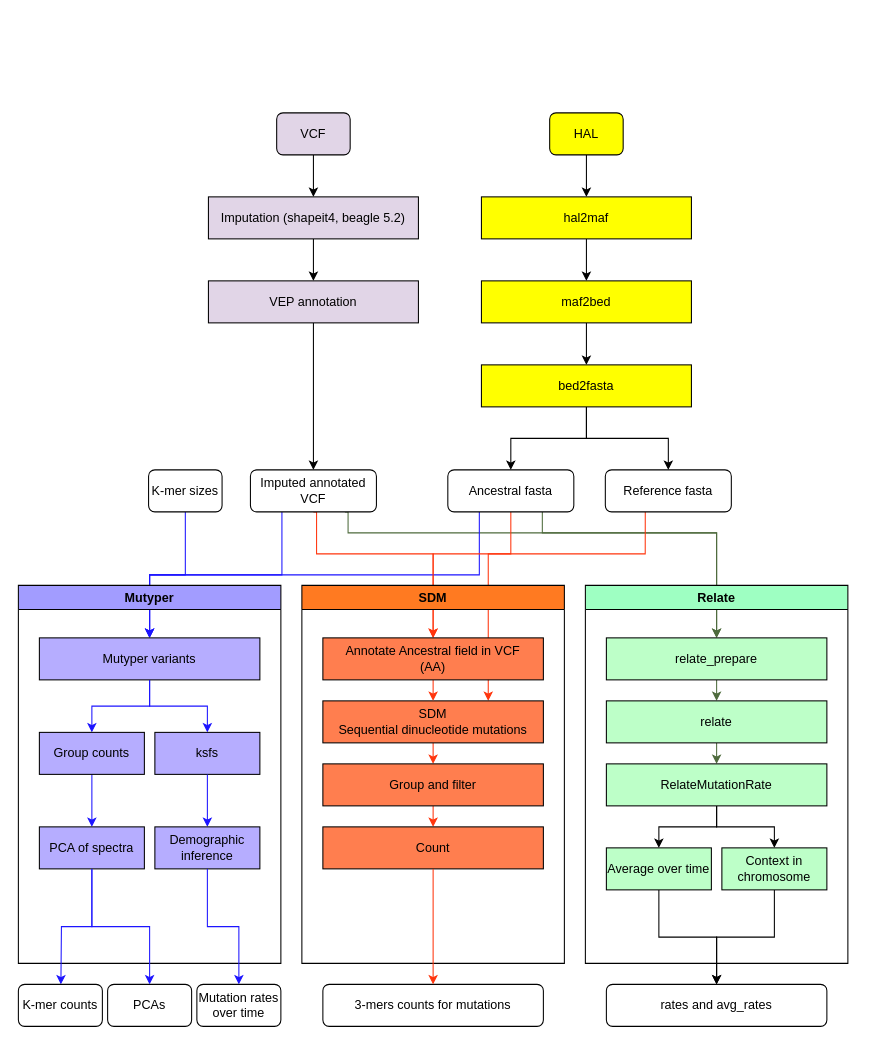
The draw.io diagram imgs/Diagram.drawio in evotools/nSPECTRa, before the edit. Source tidied: cells renumbered, new cells numbered last; positions are measured from the earlier drawing's top-left corner, leaving out a move shared by most shapes. Both pictures are drawn from the tidied source at 105%, with x=0, y=0 at pixel (18, 112).
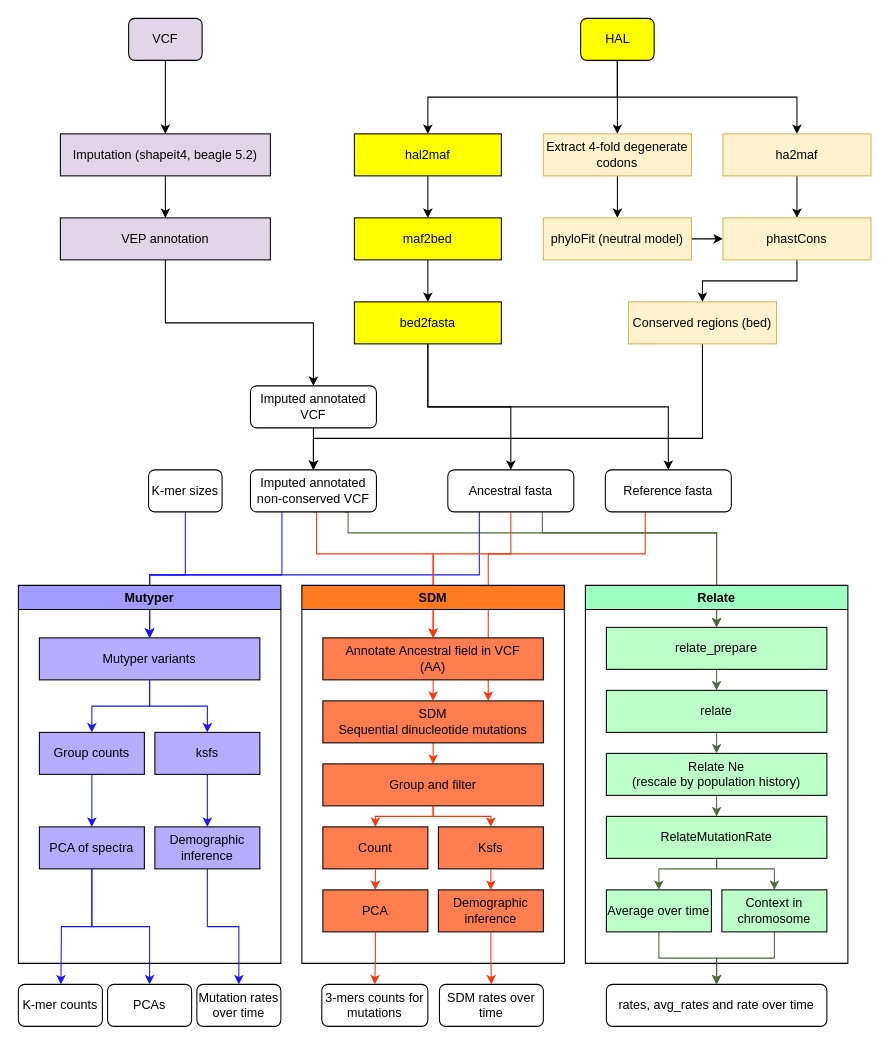
After the change.

Commit message:
Add diagram of the workflow

Unchanged cells that the change refers to:
```xml
<mxCell id="11" value="Ancestral fasta" style="rounded=1;whiteSpace=wrap;html=1;fontSize=12;glass=0;strokeWidth=1;shadow=0;" parent="1" vertex="1">
  <mxGeometry x="409" y="340" width="120" height="40" as="geometry" />
</mxCell>
<mxCell id="16" value="Reference fasta" style="rounded=1;whiteSpace=wrap;html=1;fontSize=12;glass=0;strokeWidth=1;shadow=0;" parent="1" vertex="1">
  <mxGeometry x="559" y="340" width="120" height="40" as="geometry" />
</mxCell>
<mxCell id="17" value="SDM" style="swimlane;fillColor=#FF7A21;" parent="1" vertex="1">
  <mxGeometry x="270" y="450" width="250" height="360" as="geometry" />
</mxCell>
<mxCell id="23" value="Group and filter" style="rounded=0;whiteSpace=wrap;html=1;fillColor=#FF7E4F;" parent="17" vertex="1">
  <mxGeometry x="20" y="170" width="210" height="40" as="geometry" />
</mxCell>
<mxCell id="25" value="Relate" style="swimlane;fillColor=#9EFFC2;" parent="1" vertex="1">
  <mxGeometry x="540" y="450" width="250" height="360" as="geometry" />
</mxCell>
```

The edit, as a diff of the source:
```diff
@@
     <mxCell id="3" value="VCF" style="rounded=1;whiteSpace=wrap;html=1;fontSize=12;glass=0;strokeWidth=1;shadow=0;fillColor=#E1D5E7;" parent="1" vertex="1">
-      <mxGeometry x="246" width="70" height="40" as="geometry" />
+      <mxGeometry x="105" y="-90" width="70" height="40" as="geometry" />
     </mxCell>
@@
-    <mxCell id="7" value="Imputed annotated VCF" style="rounded=1;whiteSpace=wrap;html=1;fontSize=12;glass=0;strokeWidth=1;shadow=0;fillColor=#FFFFFF;" parent="1" vertex="1">
+    <mxCell id="7" value="Imputed annotated non-conserved VCF" style="rounded=1;whiteSpace=wrap;html=1;fontSize=12;glass=0;strokeWidth=1;shadow=0;fillColor=#FFFFFF;" parent="1" vertex="1">
       <mxGeometry x="221" y="340" width="120" height="40" as="geometry" />
     </mxCell>
@@
+    <mxCell id="69" style="edgeStyle=orthogonalEdgeStyle;rounded=0;jettySize=auto;html=1;exitX=0.5;exitY=1;exitDx=0;exitDy=0;entryX=0.5;entryY=0;entryDx=0;entryDy=0;" parent="1" edge="1" source="13" target="85">
+      <mxGeometry relative="1" as="geometry" />
+    </mxCell>
+    <mxCell id="70" style="edgeStyle=orthogonalEdgeStyle;rounded=0;jettySize=auto;html=1;exitX=0.5;exitY=1;exitDx=0;exitDy=0;" parent="1" edge="1" source="13" target="91">
+      <mxGeometry relative="1" as="geometry" />
+    </mxCell>
     <mxCell id="13" value="HAL" style="rounded=1;whiteSpace=wrap;html=1;fontSize=12;glass=0;strokeWidth=1;shadow=0;fillColor=#FFFF00;" parent="1" vertex="1">
-      <mxGeometry x="506" width="70" height="40" as="geometry" />
+      <mxGeometry x="535.5" y="-90" width="70" height="40" as="geometry" />
     </mxCell>
     <mxCell id="14" style="rounded=0;html=1;jettySize=auto;orthogonalLoop=1;fontSize=11;endArrow=block;endFill=0;endSize=8;strokeWidth=1;shadow=0;labelBackgroundColor=none;edgeStyle=orthogonalEdgeStyle;fillColor=#FFFF00;" parent="1" edge="1">
       <mxGeometry y="20" relative="1" as="geometry">
-        <mxPoint x="544" y="240" as="sourcePoint" />
-        <mxPoint x="544" y="240" as="targetPoint" />
+        <mxPoint x="393" y="180" as="sourcePoint" />
+        <mxPoint x="393" y="180" as="targetPoint" />
       </mxGeometry>
     </mxCell>
@@
     <mxCell id="22" style="edgeStyle=orthogonalEdgeStyle;rounded=0;jettySize=auto;html=1;exitX=0.5;exitY=1;exitDx=0;exitDy=0;entryX=0.5;entryY=0;entryDx=0;entryDy=0;shadow=0;strokeColor=#000000;fillColor=#FF350D;strokeColor=#FF350D;" parent="17" edge="1" source="23" target="24">
-      <mxGeometry relative="1" as="geometry" />
+      <mxGeometry relative="1" as="geometry">
+        <Array as="points">
+          <mxPoint x="125" y="220" />
+          <mxPoint x="70" y="220" />
+        </Array>
+      </mxGeometry>
     </mxCell>
@@
     <mxCell id="24" value="Count" style="rounded=0;whiteSpace=wrap;html=1;fillColor=#FF7E4F;" parent="17" vertex="1">
-      <mxGeometry x="20" y="230" width="210" height="40" as="geometry" />
+      <mxGeometry x="20" y="230" width="100" height="40" as="geometry" />
     </mxCell>
+    <mxCell id="71" value="Ksfs" style="rounded=0;whiteSpace=wrap;html=1;fillColor=#FF7E4F;" parent="17" vertex="1">
+      <mxGeometry x="130" y="230" width="100" height="40" as="geometry" />
+    </mxCell>
+    <mxCell id="72" style="edgeStyle=orthogonalEdgeStyle;rounded=0;jettySize=auto;html=1;exitX=0.5;exitY=1;exitDx=0;exitDy=0;entryX=0.5;entryY=0;entryDx=0;entryDy=0;shadow=0;strokeColor=#000000;fillColor=#FF350D;strokeColor=#FF350D;" parent="17" edge="1" source="23" target="71">
+      <mxGeometry relative="1" as="geometry">
+        <Array as="points">
+          <mxPoint x="125" y="220" />
+          <mxPoint x="180" y="220" />
+        </Array>
+      </mxGeometry>
+    </mxCell>
+    <mxCell id="73" value="Demographic inference" style="rounded=0;whiteSpace=wrap;html=1;fillColor=#FF7E4F;" parent="17" vertex="1">
+      <mxGeometry x="130" y="290" width="100" height="40" as="geometry" />
+    </mxCell>
+    <mxCell id="74" style="edgeStyle=orthogonalEdgeStyle;rounded=0;jettySize=auto;html=1;exitX=0.5;exitY=1;exitDx=0;exitDy=0;entryX=0.5;entryY=0;entryDx=0;entryDy=0;shadow=0;strokeColor=#000000;fillColor=#FF350D;strokeColor=#FF350D;" parent="17" edge="1" source="71" target="73">
+      <mxGeometry relative="1" as="geometry">
+        <Array as="points">
+          <mxPoint x="180" y="270" />
+          <mxPoint x="180" y="270" />
+        </Array>
+      </mxGeometry>
+    </mxCell>
+    <mxCell id="75" value="PCA" style="rounded=0;whiteSpace=wrap;html=1;fillColor=#FF7E4F;" parent="17" vertex="1">
+      <mxGeometry x="20" y="290" width="100" height="40" as="geometry" />
+    </mxCell>
+    <mxCell id="76" style="edgeStyle=orthogonalEdgeStyle;rounded=0;jettySize=auto;html=1;exitX=0.5;exitY=1;exitDx=0;exitDy=0;entryX=0.5;entryY=0;entryDx=0;entryDy=0;shadow=0;strokeColor=#000000;fillColor=#FF350D;strokeColor=#FF350D;" parent="17" edge="1" target="75">
+      <mxGeometry relative="1" as="geometry">
+        <mxPoint x="70" y="270" as="sourcePoint" />
+        <Array as="points">
+          <mxPoint x="70" y="270" />
+          <mxPoint x="70" y="270" />
+        </Array>
+      </mxGeometry>
+    </mxCell>
@@
     <mxCell id="27" value="relate_prepare" style="rounded=0;whiteSpace=wrap;html=1;fillColor=#BDFFC8;" parent="25" vertex="1">
-      <mxGeometry x="20" y="50" width="210" height="40" as="geometry" />
+      <mxGeometry x="20" y="40" width="210" height="40" as="geometry" />
     </mxCell>
-    <mxCell id="28" style="edgeStyle=orthogonalEdgeStyle;rounded=0;jettySize=auto;html=1;exitX=0.5;exitY=1;exitDx=0;exitDy=0;entryX=0.5;entryY=0;entryDx=0;entryDy=0;shadow=0;fillColor=#33FF33;strokeColor=#4E6B3D;" parent="25" edge="1" source="29" target="32">
-      <mxGeometry relative="1" as="geometry" />
+    <mxCell id="28" style="edgeStyle=orthogonalEdgeStyle;rounded=0;jettySize=auto;html=1;entryX=0.5;entryY=0;entryDx=0;entryDy=0;shadow=0;fillColor=#33FF33;strokeColor=#4E6B3D;" parent="25" edge="1" target="32">
+      <mxGeometry relative="1" as="geometry">
+        <mxPoint x="125" y="190" as="sourcePoint" />
+      </mxGeometry>
     </mxCell>
     <mxCell id="29" value="relate" style="rounded=0;whiteSpace=wrap;html=1;fillColor=#BDFFC8;" parent="25" vertex="1">
-      <mxGeometry x="20" y="110" width="210" height="40" as="geometry" />
+      <mxGeometry x="20" y="100" width="210" height="40" as="geometry" />
     </mxCell>
-    <mxCell id="30" style="edgeStyle=orthogonalEdgeStyle;rounded=0;jettySize=auto;html=1;exitX=0.5;exitY=1;exitDx=0;exitDy=0;entryX=0.5;entryY=0;entryDx=0;entryDy=0;" parent="25" edge="1" source="32" target="35">
+    <mxCell id="30" style="edgeStyle=orthogonalEdgeStyle;rounded=0;jettySize=auto;html=1;exitX=0.5;exitY=1;exitDx=0;exitDy=0;entryX=0.5;entryY=0;entryDx=0;entryDy=0;fillColor=#33FF33;strokeColor=#4E6B3D;" parent="25" edge="1" source="32" target="35">
       <mxGeometry relative="1" as="geometry">
         <Array as="points">
-          <mxPoint x="125" y="230" />
-          <mxPoint x="70" y="230" />
+          <mxPoint x="125" y="270" />
+          <mxPoint x="70" y="270" />
         </Array>
       </mxGeometry>
     </mxCell>
-    <mxCell id="31" style="edgeStyle=orthogonalEdgeStyle;rounded=0;jettySize=auto;html=1;exitX=0.5;exitY=1;exitDx=0;exitDy=0;entryX=0.5;entryY=0;entryDx=0;entryDy=0;" parent="25" edge="1" source="32" target="37">
-      <mxGeometry relative="1" as="geometry" />
+    <mxCell id="31" style="edgeStyle=orthogonalEdgeStyle;rounded=0;jettySize=auto;html=1;exitX=0.5;exitY=1;exitDx=0;exitDy=0;entryX=0.5;entryY=0;entryDx=0;entryDy=0;fillColor=#33FF33;strokeColor=#4E6B3D;" parent="25" edge="1" source="32" target="37">
+      <mxGeometry relative="1" as="geometry">
+        <Array as="points">
+          <mxPoint x="125" y="270" />
+          <mxPoint x="180" y="270" />
+        </Array>
+      </mxGeometry>
     </mxCell>
     <mxCell id="32" value="RelateMutationRate&lt;br&gt;" style="rounded=0;whiteSpace=wrap;html=1;fillColor=#BDFFC8;" parent="25" vertex="1">
-      <mxGeometry x="20" y="170" width="210" height="40" as="geometry" />
+      <mxGeometry x="20" y="220" width="210" height="40" as="geometry" />
     </mxCell>
-    <mxCell id="33" value="rates and avg_rates" style="rounded=1;whiteSpace=wrap;html=1;fontSize=12;glass=0;strokeWidth=1;shadow=0;" parent="25" vertex="1">
+    <mxCell id="33" value="rates, avg_rates and rate over time" style="rounded=1;whiteSpace=wrap;html=1;fontSize=12;glass=0;strokeWidth=1;shadow=0;" parent="25" vertex="1">
       <mxGeometry x="20" y="380" width="210" height="40" as="geometry" />
     </mxCell>
-    <mxCell id="34" style="edgeStyle=orthogonalEdgeStyle;rounded=0;jettySize=auto;html=1;exitX=0.5;exitY=1;exitDx=0;exitDy=0;entryX=0.5;entryY=0;entryDx=0;entryDy=0;" parent="25" edge="1" source="35" target="33">
+    <mxCell id="34" style="edgeStyle=orthogonalEdgeStyle;rounded=0;jettySize=auto;html=1;exitX=0.5;exitY=1;exitDx=0;exitDy=0;entryX=0.5;entryY=0;entryDx=0;entryDy=0;fillColor=#33FF33;strokeColor=#4E6B3D;" parent="25" edge="1" source="35" target="33">
       <mxGeometry relative="1" as="geometry" />
     </mxCell>
     <mxCell id="35" value="Average over time" style="rounded=0;whiteSpace=wrap;html=1;fillColor=#BDFFC8;" parent="25" vertex="1">
-      <mxGeometry x="20" y="250" width="100" height="40" as="geometry" />
+      <mxGeometry x="20" y="290" width="100" height="40" as="geometry" />
     </mxCell>
-    <mxCell id="36" style="edgeStyle=orthogonalEdgeStyle;rounded=0;jettySize=auto;html=1;exitX=0.5;exitY=1;exitDx=0;exitDy=0;entryX=0.5;entryY=0;entryDx=0;entryDy=0;" parent="25" edge="1" source="37" target="33">
+    <mxCell id="36" style="edgeStyle=orthogonalEdgeStyle;rounded=0;jettySize=auto;html=1;exitX=0.5;exitY=1;exitDx=0;exitDy=0;entryX=0.5;entryY=0;entryDx=0;entryDy=0;fillColor=#33FF33;strokeColor=#4E6B3D;" parent="25" edge="1" source="37" target="33">
       <mxGeometry relative="1" as="geometry" />
     </mxCell>
     <mxCell id="37" value="Context in chromosome" style="rounded=0;whiteSpace=wrap;html=1;fillColor=#BDFFC8;" parent="25" vertex="1">
-      <mxGeometry x="130" y="250" width="100" height="40" as="geometry" />
+      <mxGeometry x="130" y="290" width="100" height="40" as="geometry" />
     </mxCell>
+    <mxCell id="77" value="Relate Ne&lt;br&gt;(rescale by population history)" style="rounded=0;whiteSpace=wrap;html=1;fillColor=#BDFFC8;" parent="25" vertex="1">
+      <mxGeometry x="20" y="160" width="210" height="40" as="geometry" />
+    </mxCell>
@@
     <mxCell id="53" value="3-mers counts for mutations" style="rounded=1;whiteSpace=wrap;html=1;fontSize=12;glass=0;strokeWidth=1;shadow=0;" parent="1" vertex="1">
-      <mxGeometry x="290" y="830" width="210" height="40" as="geometry" />
+      <mxGeometry x="289" y="830" width="101" height="40" as="geometry" />
     </mxCell>
-    <mxCell id="54" style="edgeStyle=orthogonalEdgeStyle;rounded=0;jettySize=auto;html=1;exitX=0.5;exitY=1;exitDx=0;exitDy=0;entryX=0.5;entryY=0;entryDx=0;entryDy=0;shadow=0;strokeColor=#000000;fillColor=#FF350D;strokeColor=#FF350D;" parent="1" edge="1" source="24" target="53">
-      <mxGeometry relative="1" as="geometry" />
-    </mxCell>
@@
     <mxCell id="56" value="Imputation (shapeit4, beagle 5.2)" style="rounded=0;whiteSpace=wrap;html=1;fillColor=#E1D5E7;" parent="1" vertex="1">
-      <mxGeometry x="181" y="80" width="200" height="40" as="geometry" />
+      <mxGeometry x="40" y="20" width="200" height="40" as="geometry" />
     </mxCell>
-    <mxCell id="57" style="edgeStyle=orthogonalEdgeStyle;rounded=0;jettySize=auto;html=1;exitX=0.5;exitY=1;exitDx=0;exitDy=0;entryX=0.5;entryY=0;entryDx=0;entryDy=0;shadow=0;strokeColor=#000000;fillColor=#4E6B3D;" parent="1" edge="1" source="58" target="7">
-      <mxGeometry relative="1" as="geometry" />
-    </mxCell>
+    <mxCell id="78" style="edgeStyle=orthogonalEdgeStyle;rounded=0;jettySize=auto;html=1;exitX=0.5;exitY=1;exitDx=0;exitDy=0;" parent="1" edge="1" source="58" target="95">
+      <mxGeometry relative="1" as="geometry" />
+    </mxCell>
     <mxCell id="58" value="VEP annotation" style="rounded=0;whiteSpace=wrap;html=1;fillColor=#E1D5E7;" parent="1" vertex="1">
-      <mxGeometry x="181" y="160" width="200" height="40" as="geometry" />
+      <mxGeometry x="40" y="100" width="200" height="40" as="geometry" />
     </mxCell>
@@
     <mxCell id="60" value="hal2maf" style="rounded=0;whiteSpace=wrap;html=1;fillColor=#FFFF00;" parent="1" vertex="1">
-      <mxGeometry x="441" y="80" width="200" height="40" as="geometry" />
+      <mxGeometry x="320" y="20" width="140" height="40" as="geometry" />
     </mxCell>
@@
     <mxCell id="62" value="maf2bed" style="rounded=0;whiteSpace=wrap;html=1;fillColor=#FFFF00;" parent="1" vertex="1">
-      <mxGeometry x="441" y="160" width="200" height="40" as="geometry" />
+      <mxGeometry x="320" y="100" width="140" height="40" as="geometry" />
     </mxCell>
+    <mxCell id="64" style="edgeStyle=orthogonalEdgeStyle;rounded=0;jettySize=auto;html=1;exitX=0.5;exitY=1;exitDx=0;exitDy=0;entryX=0.5;entryY=0;entryDx=0;entryDy=0;shadow=0;strokeColor=#000000;fillColor=#4E6B3D;" parent="1" edge="1" source="65" target="11">
+      <mxGeometry relative="1" as="geometry" />
+    </mxCell>
-    <mxCell id="63" style="edgeStyle=orthogonalEdgeStyle;rounded=0;jettySize=auto;html=1;exitX=0.5;exitY=1;exitDx=0;exitDy=0;shadow=0;strokeColor=#000000;fillColor=#4E6B3D;" parent="1" edge="1" source="65" target="16">
+    <mxCell id="63" style="edgeStyle=orthogonalEdgeStyle;rounded=0;jettySize=auto;html=1;exitX=0.5;exitY=1;exitDx=0;exitDy=0;entryX=0.5;entryY=0;entryDx=0;entryDy=0;" parent="1" edge="1" source="65" target="16">
       <mxGeometry relative="1" as="geometry" />
     </mxCell>
-    <mxCell id="64" style="edgeStyle=orthogonalEdgeStyle;rounded=0;jettySize=auto;html=1;exitX=0.5;exitY=1;exitDx=0;exitDy=0;entryX=0.5;entryY=0;entryDx=0;entryDy=0;shadow=0;strokeColor=#000000;fillColor=#4E6B3D;" parent="1" edge="1" source="65" target="11">
-      <mxGeometry relative="1" as="geometry" />
-    </mxCell>
     <mxCell id="65" value="bed2fasta" style="rounded=0;whiteSpace=wrap;html=1;fillColor=#FFFF00;" parent="1" vertex="1">
-      <mxGeometry x="441" y="240" width="200" height="40" as="geometry" />
+      <mxGeometry x="320" y="180" width="140" height="40" as="geometry" />
     </mxCell>
@@
+    <mxCell id="79" style="edgeStyle=orthogonalEdgeStyle;rounded=0;jettySize=auto;html=1;exitX=0.5;exitY=1;exitDx=0;exitDy=0;shadow=0;strokeColor=#000000;fillColor=#FF350D;strokeColor=#FF350D;entryX=0.5;entryY=0;entryDx=0;entryDy=0;" parent="1" edge="1" source="73" target="80">
+      <mxGeometry relative="1" as="geometry" />
+    </mxCell>
+    <mxCell id="80" value="SDM rates over time" style="rounded=1;whiteSpace=wrap;html=1;fontSize=12;glass=0;strokeWidth=1;shadow=0;" parent="1" vertex="1">
+      <mxGeometry x="401" y="830" width="99" height="40" as="geometry" />
+    </mxCell>
+    <mxCell id="81" style="edgeStyle=orthogonalEdgeStyle;rounded=0;jettySize=auto;html=1;exitX=0.5;exitY=1;exitDx=0;exitDy=0;shadow=0;strokeColor=#000000;fillColor=#FF350D;strokeColor=#FF350D;entryX=0.5;entryY=0;entryDx=0;entryDy=0;" parent="1" edge="1" source="75" target="53">
+      <mxGeometry relative="1" as="geometry" />
+    </mxCell>
+    <mxCell id="82" style="edgeStyle=orthogonalEdgeStyle;rounded=0;jettySize=auto;html=1;entryX=0.5;entryY=0;entryDx=0;entryDy=0;shadow=0;strokeColor=#4E6B3D;fillColor=#33FF33;" parent="1" edge="1" target="77">
+      <mxGeometry relative="1" as="geometry">
+        <mxPoint x="665" y="590" as="sourcePoint" />
+      </mxGeometry>
+    </mxCell>
+    <mxCell id="83" style="rounded=0;html=1;jettySize=auto;orthogonalLoop=1;fontSize=11;endArrow=block;endFill=0;endSize=8;strokeWidth=1;shadow=0;labelBackgroundColor=none;edgeStyle=orthogonalEdgeStyle;fillColor=#fff2cc;strokeColor=#d6b656;" parent="1" edge="1">
+      <mxGeometry y="20" relative="1" as="geometry">
+        <mxPoint x="603" y="180" as="sourcePoint" />
+        <mxPoint x="603" y="180" as="targetPoint" />
+      </mxGeometry>
+    </mxCell>
+    <mxCell id="84" style="edgeStyle=orthogonalEdgeStyle;rounded=0;jettySize=auto;html=1;exitX=0.5;exitY=1;exitDx=0;exitDy=0;entryX=0.5;entryY=0;entryDx=0;entryDy=0;shadow=0;" parent="1" edge="1" source="85" target="87">
+      <mxGeometry relative="1" as="geometry" />
+    </mxCell>
+    <mxCell id="85" value="Extract 4-fold degenerate codons" style="rounded=0;whiteSpace=wrap;html=1;fillColor=#fff2cc;strokeColor=#d6b656;" parent="1" vertex="1">
+      <mxGeometry x="500" y="20" width="141" height="40" as="geometry" />
+    </mxCell>
+    <mxCell id="86" style="edgeStyle=orthogonalEdgeStyle;rounded=0;jettySize=auto;html=1;exitX=1;exitY=0.5;exitDx=0;exitDy=0;" parent="1" edge="1" source="87" target="93">
+      <mxGeometry relative="1" as="geometry" />
+    </mxCell>
+    <mxCell id="87" value="phyloFit (neutral model)" style="rounded=0;whiteSpace=wrap;html=1;fillColor=#fff2cc;strokeColor=#d6b656;" parent="1" vertex="1">
+      <mxGeometry x="500" y="100" width="141" height="40" as="geometry" />
+    </mxCell>
+    <mxCell id="88" style="edgeStyle=orthogonalEdgeStyle;rounded=0;jettySize=auto;html=1;exitX=0.5;exitY=1;exitDx=0;exitDy=0;entryX=0.5;entryY=0;entryDx=0;entryDy=0;" parent="1" edge="1" source="89" target="7">
+      <mxGeometry relative="1" as="geometry">
+        <Array as="points">
+          <mxPoint x="652" y="310" />
+          <mxPoint x="281" y="310" />
+        </Array>
+      </mxGeometry>
+    </mxCell>
+    <mxCell id="89" value="Conserved regions (bed)" style="rounded=0;whiteSpace=wrap;html=1;fillColor=#fff2cc;strokeColor=#d6b656;" parent="1" vertex="1">
+      <mxGeometry x="581" y="180" width="141" height="40" as="geometry" />
+    </mxCell>
+    <mxCell id="90" style="edgeStyle=orthogonalEdgeStyle;rounded=0;jettySize=auto;html=1;exitX=0.5;exitY=1;exitDx=0;exitDy=0;entryX=0.5;entryY=0;entryDx=0;entryDy=0;shadow=0;" parent="1" edge="1" source="91" target="93">
+      <mxGeometry relative="1" as="geometry" />
+    </mxCell>
+    <mxCell id="91" value="ha2maf" style="rounded=0;whiteSpace=wrap;html=1;fillColor=#fff2cc;strokeColor=#d6b656;" parent="1" vertex="1">
+      <mxGeometry x="671" y="20" width="141" height="40" as="geometry" />
+    </mxCell>
+    <mxCell id="92" style="edgeStyle=orthogonalEdgeStyle;rounded=0;jettySize=auto;html=1;exitX=0.5;exitY=1;exitDx=0;exitDy=0;entryX=0.5;entryY=0;entryDx=0;entryDy=0;" parent="1" edge="1" source="93" target="89">
+      <mxGeometry relative="1" as="geometry" />
+    </mxCell>
+    <mxCell id="93" value="phastCons" style="rounded=0;whiteSpace=wrap;html=1;fillColor=#fff2cc;strokeColor=#d6b656;" parent="1" vertex="1">
+      <mxGeometry x="671" y="100" width="141" height="40" as="geometry" />
+    </mxCell>
+    <mxCell id="94" style="edgeStyle=orthogonalEdgeStyle;rounded=0;jettySize=auto;html=1;exitX=0.5;exitY=1;exitDx=0;exitDy=0;entryX=0.5;entryY=0;entryDx=0;entryDy=0;" parent="1" edge="1" source="95" target="7">
+      <mxGeometry relative="1" as="geometry" />
+    </mxCell>
+    <mxCell id="95" value="Imputed annotated VCF" style="rounded=1;whiteSpace=wrap;html=1;fontSize=12;glass=0;strokeWidth=1;shadow=0;fillColor=#FFFFFF;" parent="1" vertex="1">
+      <mxGeometry x="221" y="260" width="120" height="40" as="geometry" />
+    </mxCell>
```
